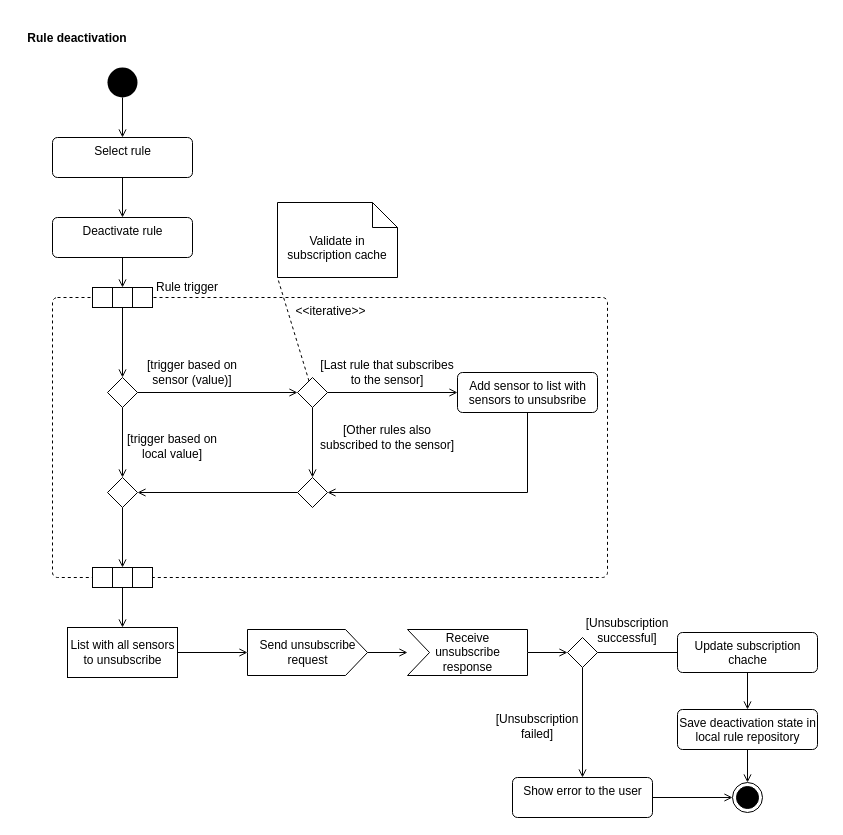
This is ActivityDiagrams/ruleDeactivation.drawio from frozzenshooter/LoRaParkAppDocumentation, a draw.io file, before an edit. Source tidied: cells renumbered, new cells numbered last; positions are measured from the earlier drawing's top-left corner, leaving out a move shared by most shapes. Both pictures are drawn from the tidied source at 100%, with x=0, y=0 at pixel (17, 17).
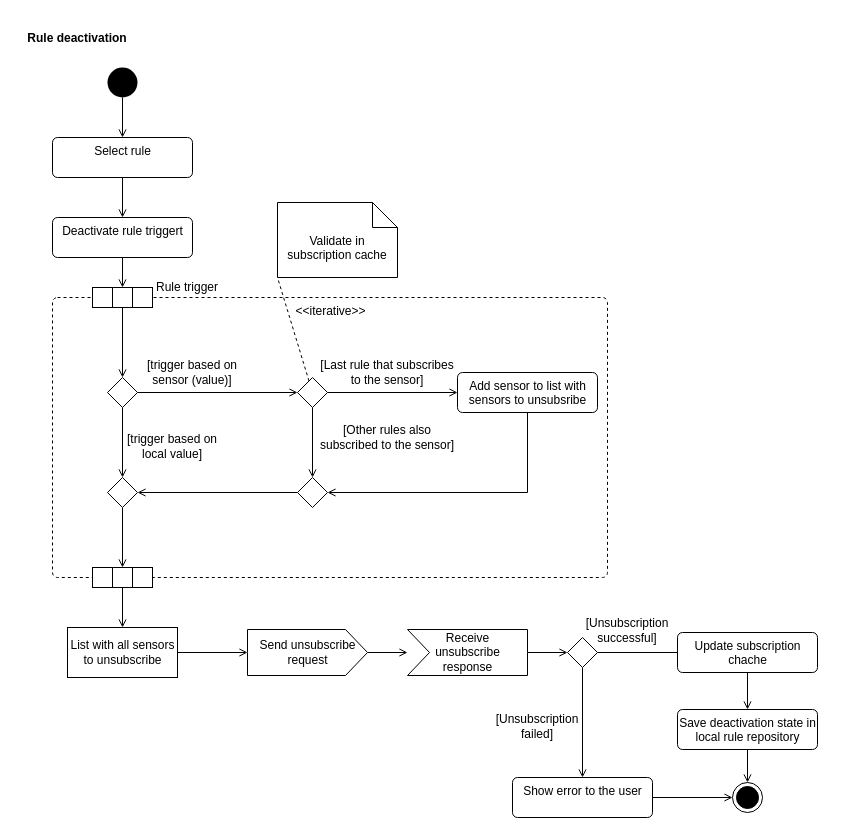
The same page after the edit.

Commit message (it also covers changes not shown here):
Rule update added + improvements for rule de-/authentication

Change to the diagram source:
```diff
@@
-    <mxCell id="8" value="Deactivate rule" style="html=1;align=center;verticalAlign=top;rounded=1;absoluteArcSize=1;arcSize=10;dashed=0;" parent="1" vertex="1">
+    <mxCell id="8" value="Deactivate rule triggert" style="html=1;align=center;verticalAlign=top;rounded=1;absoluteArcSize=1;arcSize=10;dashed=0;" parent="1" vertex="1">
       <mxGeometry x="35" y="200" width="140" height="40" as="geometry" />
     </mxCell>
```
